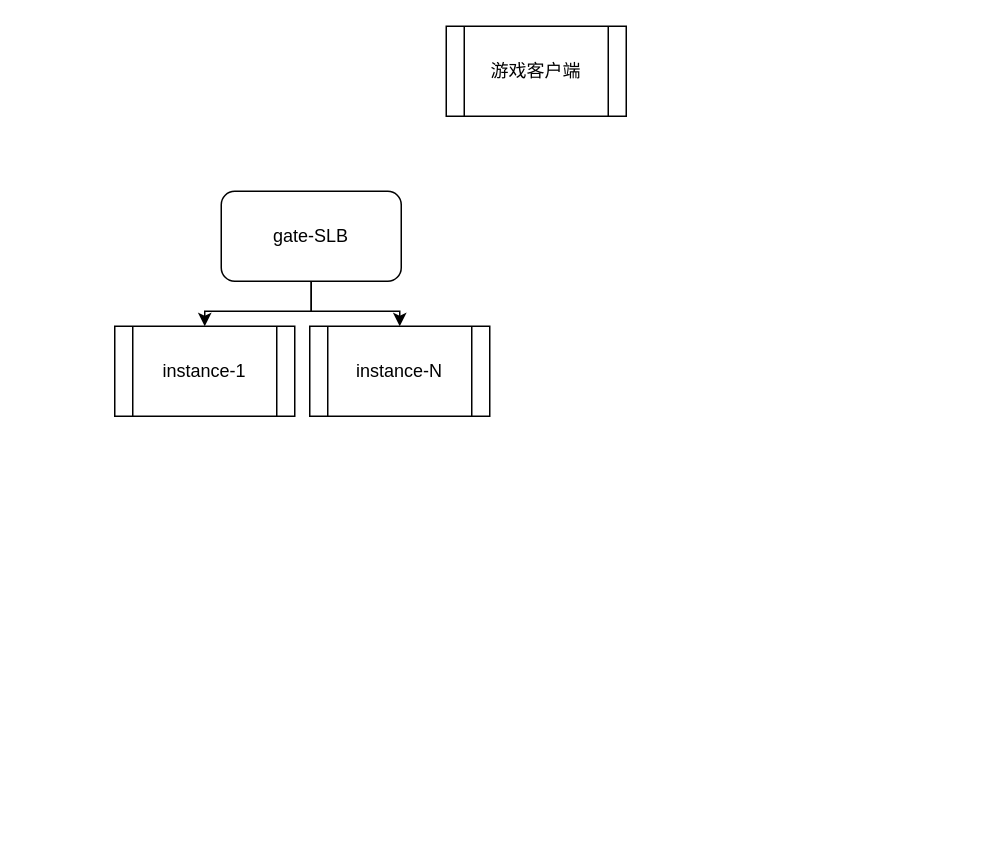
The draw.io diagram Untitled Diagram.drawio in hemaolong/caocaozhuan, before the edit. Source tidied: cells renumbered, new cells numbered last; positions are measured from the earlier drawing's top-left corner, leaving out a move shared by most shapes. Both pictures are drawn from the tidied source at 150%, with x=0, y=0 at pixel (114, 26).
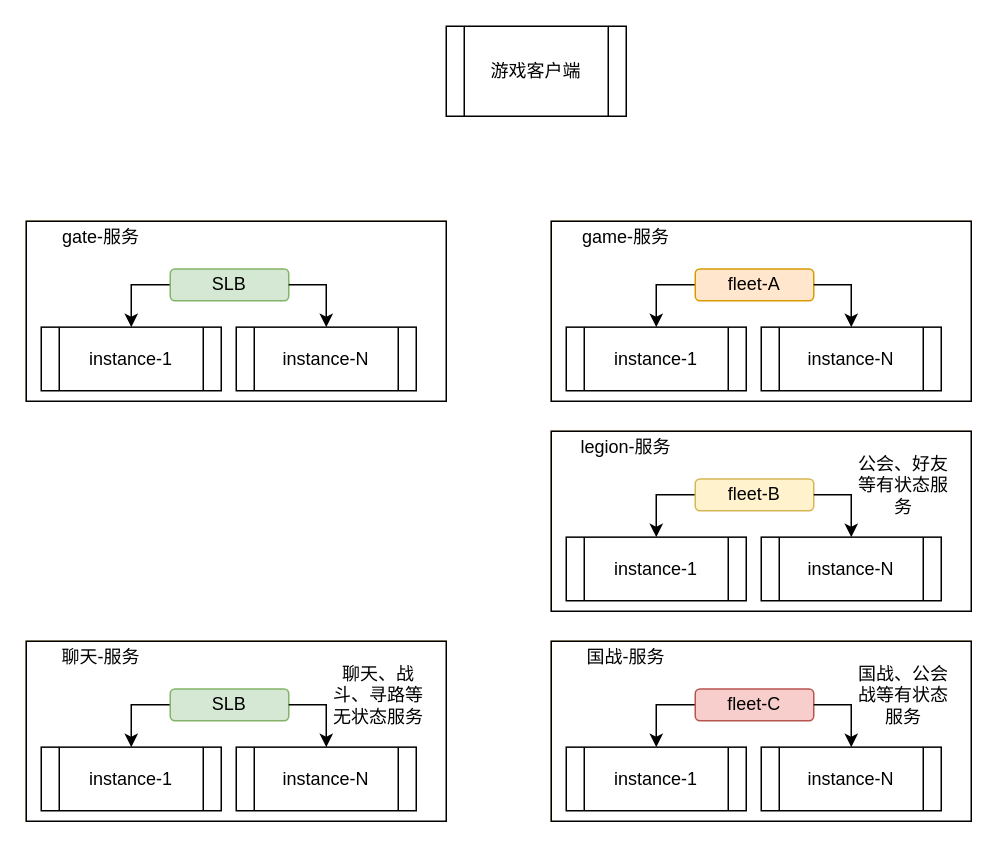
Above is the later version.

Diff of the diagram source:
```diff
@@
+    <mxCell id="8" style="group;fillColor=#fff2cc;strokeColor=#d6b656;" parent="1" vertex="1">
+      <mxGeometry x="-59" y="130" width="280" height="120" as="geometry" />
+    </mxCell>
+    <mxCell id="9" style="rounded=0;whiteSpace=wrap;html=1;" parent="8" vertex="1">
+      <mxGeometry width="280" height="120" as="geometry" />
+    </mxCell>
-    <mxCell id="3" value="instance-1" style="shape=process;whiteSpace=wrap;html=1;backgroundOutline=1;" parent="1" vertex="1">
-      <mxGeometry y="200" width="120" height="60" as="geometry" />
+    <mxCell id="3" value="instance-1" style="shape=process;whiteSpace=wrap;html=1;backgroundOutline=1;" parent="8" vertex="1">
+      <mxGeometry x="10" y="70.6" width="120" height="42.4" as="geometry" />
     </mxCell>
-    <mxCell id="4" style="edgeStyle=orthogonalEdgeStyle;rounded=0;jettySize=auto;html=1;exitX=0.5;exitY=1;exitDx=0;exitDy=0;entryX=0.5;entryY=0;entryDx=0;entryDy=0;" parent="1" edge="1" source="6" target="3">
+    <mxCell id="4" style="edgeStyle=orthogonalEdgeStyle;rounded=0;jettySize=auto;html=1;exitX=0;exitY=0.5;exitDx=0;exitDy=0;entryX=0.5;entryY=0;entryDx=0;entryDy=0;" parent="8" edge="1" source="6" target="3">
       <mxGeometry relative="1" as="geometry" />
     </mxCell>
-    <mxCell id="5" style="edgeStyle=orthogonalEdgeStyle;rounded=0;jettySize=auto;html=1;exitX=0.5;exitY=1;exitDx=0;exitDy=0;" parent="1" edge="1" source="6" target="7">
-      <mxGeometry relative="1" as="geometry" />
-    </mxCell>
-    <mxCell id="6" value="gate-SLB" style="rounded=1;whiteSpace=wrap;html=1;" parent="1" vertex="1">
-      <mxGeometry x="71" y="110" width="120" height="60" as="geometry" />
+    <mxCell id="6" value="SLB" style="rounded=1;whiteSpace=wrap;html=1;fillColor=#d5e8d4;strokeColor=#82b366;" parent="8" vertex="1">
+      <mxGeometry x="96" y="31.8" width="79" height="21.2" as="geometry" />
     </mxCell>
-    <mxCell id="7" value="instance-N" style="shape=process;whiteSpace=wrap;html=1;backgroundOutline=1;" parent="1" vertex="1">
-      <mxGeometry x="130" y="200" width="120" height="60" as="geometry" />
+    <mxCell id="7" value="instance-N" style="shape=process;whiteSpace=wrap;html=1;backgroundOutline=1;" parent="8" vertex="1">
+      <mxGeometry x="140" y="70.6" width="120" height="42.4" as="geometry" />
     </mxCell>
+    <mxCell id="5" style="edgeStyle=orthogonalEdgeStyle;rounded=0;jettySize=auto;html=1;exitX=1;exitY=0.5;exitDx=0;exitDy=0;" parent="8" edge="1" source="6" target="7">
+      <mxGeometry relative="1" as="geometry">
+        <Array as="points">
+          <mxPoint x="200" y="42.4" />
+        </Array>
+      </mxGeometry>
+    </mxCell>
+    <mxCell id="10" value="gate-服务" style="text;html=1;strokeColor=none;fillColor=none;align=center;verticalAlign=middle;whiteSpace=wrap;rounded=0;" parent="8" vertex="1">
+      <mxGeometry width="100" height="21.2" as="geometry" />
+    </mxCell>
+    <mxCell id="11" style="group;fillColor=#fff2cc;strokeColor=#d6b656;" parent="1" vertex="1">
+      <mxGeometry x="291" y="130" width="280" height="120" as="geometry" />
+    </mxCell>
+    <mxCell id="12" style="rounded=0;whiteSpace=wrap;html=1;" parent="11" vertex="1">
+      <mxGeometry width="280" height="120" as="geometry" />
+    </mxCell>
+    <mxCell id="13" value="instance-1" style="shape=process;whiteSpace=wrap;html=1;backgroundOutline=1;" parent="11" vertex="1">
+      <mxGeometry x="10" y="70.6" width="120" height="42.4" as="geometry" />
+    </mxCell>
+    <mxCell id="14" style="edgeStyle=orthogonalEdgeStyle;rounded=0;jettySize=auto;html=1;exitX=0;exitY=0.5;exitDx=0;exitDy=0;entryX=0.5;entryY=0;entryDx=0;entryDy=0;" parent="11" edge="1" source="15" target="13">
+      <mxGeometry relative="1" as="geometry" />
+    </mxCell>
+    <mxCell id="15" value="fleet-A" style="rounded=1;whiteSpace=wrap;html=1;fillColor=#ffe6cc;strokeColor=#d79b00;" parent="11" vertex="1">
+      <mxGeometry x="96" y="31.8" width="79" height="21.2" as="geometry" />
+    </mxCell>
+    <mxCell id="16" value="instance-N" style="shape=process;whiteSpace=wrap;html=1;backgroundOutline=1;" parent="11" vertex="1">
+      <mxGeometry x="140" y="70.6" width="120" height="42.4" as="geometry" />
+    </mxCell>
+    <mxCell id="17" style="edgeStyle=orthogonalEdgeStyle;rounded=0;jettySize=auto;html=1;exitX=1;exitY=0.5;exitDx=0;exitDy=0;" parent="11" edge="1" source="15" target="16">
+      <mxGeometry relative="1" as="geometry">
+        <Array as="points">
+          <mxPoint x="200" y="42.4" />
+        </Array>
+      </mxGeometry>
+    </mxCell>
+    <mxCell id="18" value="game-服务" style="text;html=1;strokeColor=none;fillColor=none;align=center;verticalAlign=middle;whiteSpace=wrap;rounded=0;" parent="11" vertex="1">
+      <mxGeometry width="100" height="21.2" as="geometry" />
+    </mxCell>
+    <mxCell id="19" style="group;fillColor=#fff2cc;strokeColor=#d6b656;" parent="1" vertex="1">
+      <mxGeometry x="291" y="270" width="280" height="120" as="geometry" />
+    </mxCell>
+    <mxCell id="20" style="rounded=0;whiteSpace=wrap;html=1;" parent="19" vertex="1">
+      <mxGeometry width="280" height="120" as="geometry" />
+    </mxCell>
+    <mxCell id="21" value="instance-1" style="shape=process;whiteSpace=wrap;html=1;backgroundOutline=1;" parent="19" vertex="1">
+      <mxGeometry x="10" y="70.6" width="120" height="42.4" as="geometry" />
+    </mxCell>
+    <mxCell id="22" style="edgeStyle=orthogonalEdgeStyle;rounded=0;jettySize=auto;html=1;exitX=0;exitY=0.5;exitDx=0;exitDy=0;entryX=0.5;entryY=0;entryDx=0;entryDy=0;" parent="19" edge="1" source="23" target="21">
+      <mxGeometry relative="1" as="geometry" />
+    </mxCell>
+    <mxCell id="23" value="fleet-B" style="rounded=1;whiteSpace=wrap;html=1;fillColor=#fff2cc;strokeColor=#d6b656;" parent="19" vertex="1">
+      <mxGeometry x="96" y="31.8" width="79" height="21.2" as="geometry" />
+    </mxCell>
+    <mxCell id="24" value="instance-N" style="shape=process;whiteSpace=wrap;html=1;backgroundOutline=1;" parent="19" vertex="1">
+      <mxGeometry x="140" y="70.6" width="120" height="42.4" as="geometry" />
+    </mxCell>
+    <mxCell id="25" style="edgeStyle=orthogonalEdgeStyle;rounded=0;jettySize=auto;html=1;exitX=1;exitY=0.5;exitDx=0;exitDy=0;" parent="19" edge="1" source="23" target="24">
+      <mxGeometry relative="1" as="geometry">
+        <Array as="points">
+          <mxPoint x="200" y="42.4" />
+        </Array>
+      </mxGeometry>
+    </mxCell>
+    <mxCell id="26" value="legion-服务" style="text;html=1;strokeColor=none;fillColor=none;align=center;verticalAlign=middle;whiteSpace=wrap;rounded=0;" parent="19" vertex="1">
+      <mxGeometry width="100" height="21.2" as="geometry" />
+    </mxCell>
+    <mxCell id="27" value="公会、好友等有状态服务" style="text;html=1;strokeColor=none;fillColor=none;align=center;verticalAlign=middle;whiteSpace=wrap;rounded=0;" parent="19" vertex="1">
+      <mxGeometry x="200" y="12" width="70" height="48" as="geometry" />
+    </mxCell>
+    <mxCell id="28" style="group;fillColor=#fff2cc;strokeColor=#d6b656;" parent="1" vertex="1">
+      <mxGeometry x="291" y="410" width="280" height="120" as="geometry" />
+    </mxCell>
+    <mxCell id="29" style="rounded=0;whiteSpace=wrap;html=1;" parent="28" vertex="1">
+      <mxGeometry width="280" height="120" as="geometry" />
+    </mxCell>
+    <mxCell id="30" value="instance-1" style="shape=process;whiteSpace=wrap;html=1;backgroundOutline=1;" parent="28" vertex="1">
+      <mxGeometry x="10" y="70.6" width="120" height="42.4" as="geometry" />
+    </mxCell>
+    <mxCell id="31" style="edgeStyle=orthogonalEdgeStyle;rounded=0;jettySize=auto;html=1;exitX=0;exitY=0.5;exitDx=0;exitDy=0;entryX=0.5;entryY=0;entryDx=0;entryDy=0;" parent="28" edge="1" source="32" target="30">
+      <mxGeometry relative="1" as="geometry" />
+    </mxCell>
+    <mxCell id="32" value="fleet-C" style="rounded=1;whiteSpace=wrap;html=1;fillColor=#f8cecc;strokeColor=#b85450;" parent="28" vertex="1">
+      <mxGeometry x="96" y="31.8" width="79" height="21.2" as="geometry" />
+    </mxCell>
+    <mxCell id="33" value="instance-N" style="shape=process;whiteSpace=wrap;html=1;backgroundOutline=1;" parent="28" vertex="1">
+      <mxGeometry x="140" y="70.6" width="120" height="42.4" as="geometry" />
+    </mxCell>
+    <mxCell id="34" style="edgeStyle=orthogonalEdgeStyle;rounded=0;jettySize=auto;html=1;exitX=1;exitY=0.5;exitDx=0;exitDy=0;" parent="28" edge="1" source="32" target="33">
+      <mxGeometry relative="1" as="geometry">
+        <Array as="points">
+          <mxPoint x="200" y="42.4" />
+        </Array>
+      </mxGeometry>
+    </mxCell>
+    <mxCell id="35" value="国战-服务" style="text;html=1;strokeColor=none;fillColor=none;align=center;verticalAlign=middle;whiteSpace=wrap;rounded=0;" parent="28" vertex="1">
+      <mxGeometry width="100" height="21.2" as="geometry" />
+    </mxCell>
+    <mxCell id="36" value="国战、公会战等有状态服务" style="text;html=1;strokeColor=none;fillColor=none;align=center;verticalAlign=middle;whiteSpace=wrap;rounded=0;" parent="28" vertex="1">
+      <mxGeometry x="200" y="12" width="70" height="48" as="geometry" />
+    </mxCell>
+    <mxCell id="37" style="group;fillColor=#fff2cc;strokeColor=#d6b656;" parent="1" vertex="1">
+      <mxGeometry x="-59" y="410" width="280" height="120" as="geometry" />
+    </mxCell>
+    <mxCell id="38" style="rounded=0;whiteSpace=wrap;html=1;" parent="37" vertex="1">
+      <mxGeometry width="280" height="120" as="geometry" />
+    </mxCell>
+    <mxCell id="39" value="instance-1" style="shape=process;whiteSpace=wrap;html=1;backgroundOutline=1;" parent="37" vertex="1">
+      <mxGeometry x="10" y="70.6" width="120" height="42.4" as="geometry" />
+    </mxCell>
+    <mxCell id="40" style="edgeStyle=orthogonalEdgeStyle;rounded=0;jettySize=auto;html=1;exitX=0;exitY=0.5;exitDx=0;exitDy=0;entryX=0.5;entryY=0;entryDx=0;entryDy=0;" parent="37" edge="1" source="41" target="39">
+      <mxGeometry relative="1" as="geometry" />
+    </mxCell>
+    <mxCell id="41" value="SLB" style="rounded=1;whiteSpace=wrap;html=1;fillColor=#d5e8d4;strokeColor=#82b366;" parent="37" vertex="1">
+      <mxGeometry x="96" y="31.8" width="79" height="21.2" as="geometry" />
+    </mxCell>
+    <mxCell id="42" value="instance-N" style="shape=process;whiteSpace=wrap;html=1;backgroundOutline=1;" parent="37" vertex="1">
+      <mxGeometry x="140" y="70.6" width="120" height="42.4" as="geometry" />
+    </mxCell>
+    <mxCell id="43" style="edgeStyle=orthogonalEdgeStyle;rounded=0;jettySize=auto;html=1;exitX=1;exitY=0.5;exitDx=0;exitDy=0;" parent="37" edge="1" source="41" target="42">
+      <mxGeometry relative="1" as="geometry">
+        <Array as="points">
+          <mxPoint x="200" y="42.4" />
+        </Array>
+      </mxGeometry>
+    </mxCell>
+    <mxCell id="44" value="聊天-服务" style="text;html=1;strokeColor=none;fillColor=none;align=center;verticalAlign=middle;whiteSpace=wrap;rounded=0;" parent="37" vertex="1">
+      <mxGeometry width="100" height="21.2" as="geometry" />
+    </mxCell>
+    <mxCell id="45" value="聊天、战斗、寻路等无状态服务" style="text;html=1;strokeColor=none;fillColor=none;align=center;verticalAlign=middle;whiteSpace=wrap;rounded=0;" parent="37" vertex="1">
+      <mxGeometry x="200" y="12" width="70" height="48" as="geometry" />
+    </mxCell>
```
